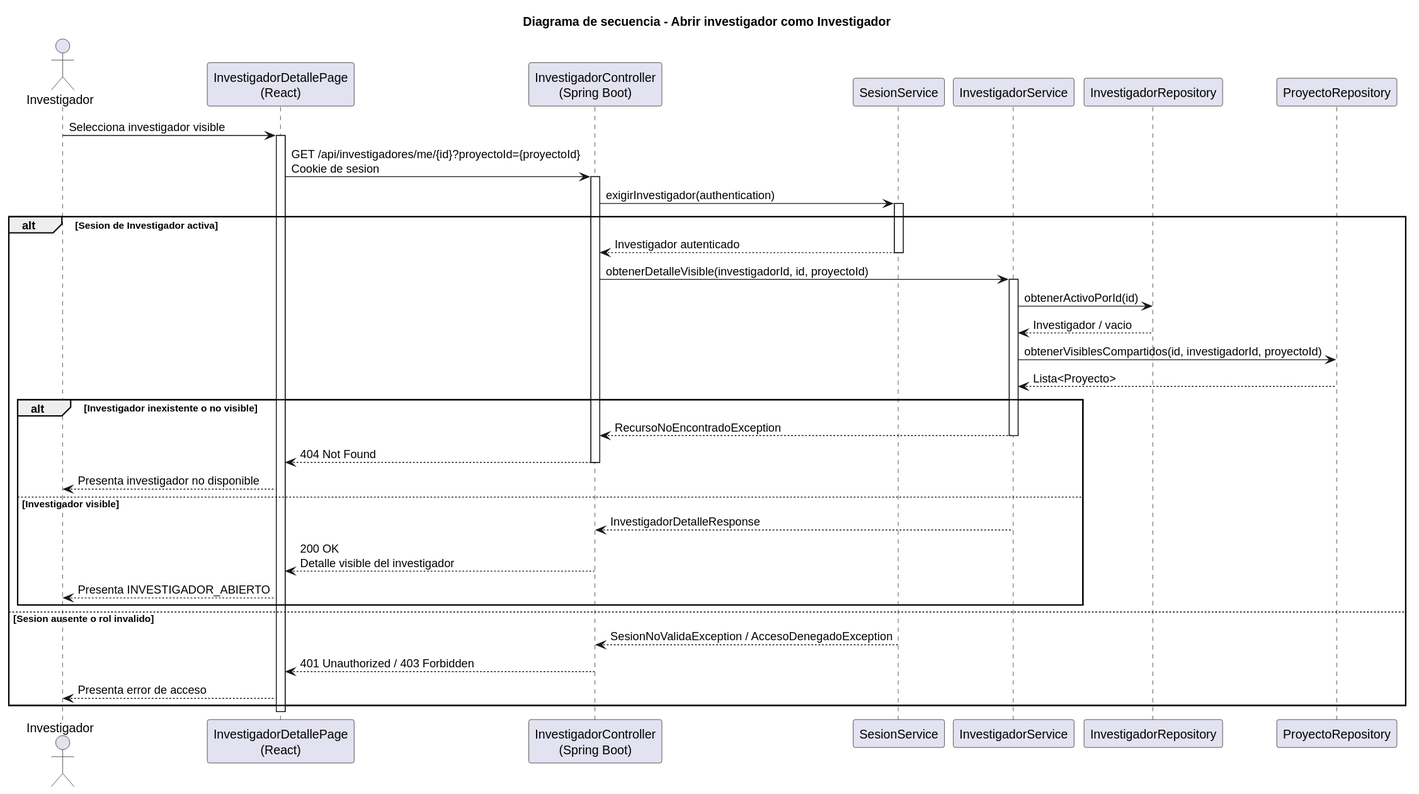
Before: images/RUP/02-diseño/casos-uso/investigador/abrirInvestigador/secuencia.svg, a diagram exported from PlantUML (beatriizorozco/25-26-idsw2-sdVC).
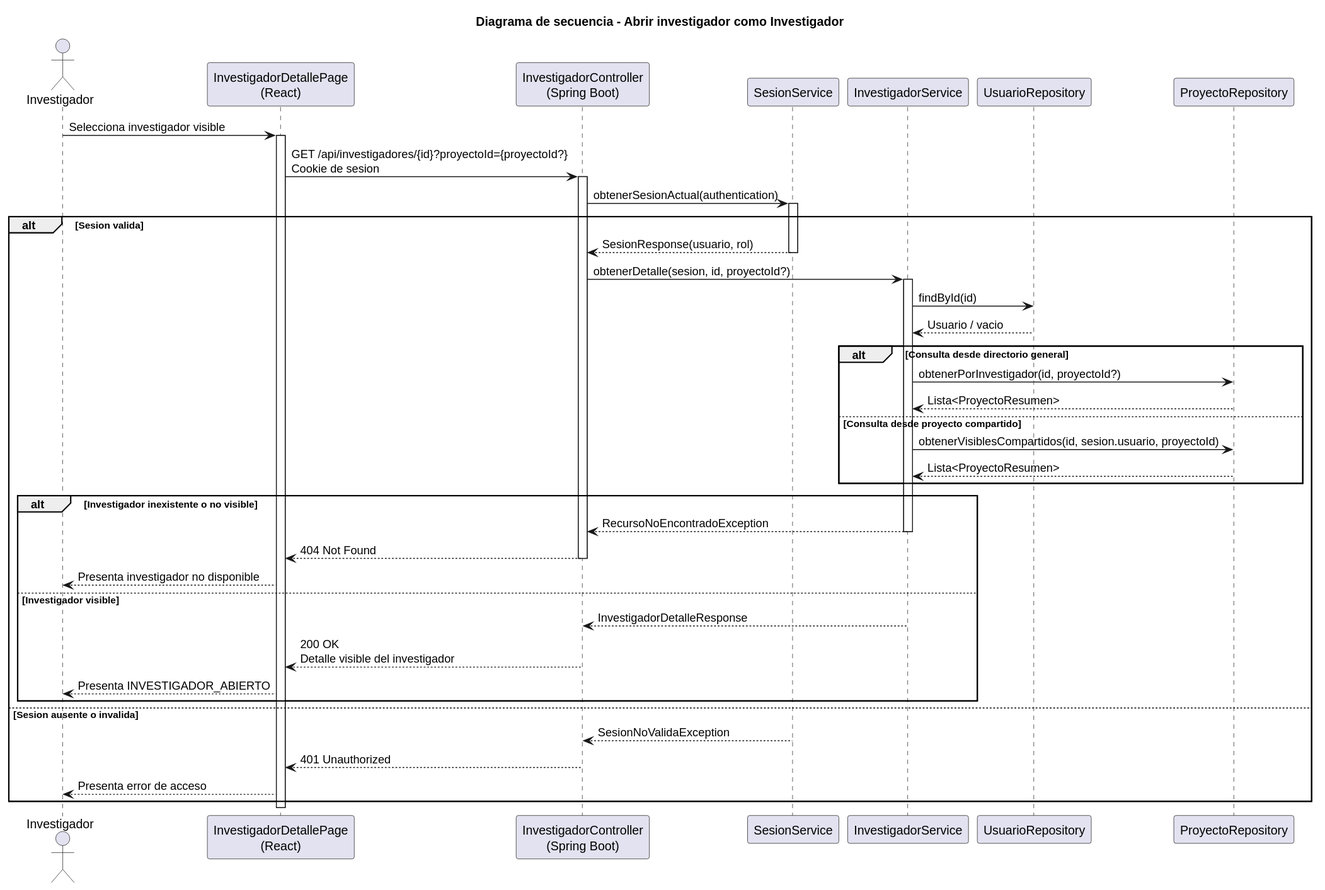
The same file after the commit.

The edit, as a diff of the source:
```diff
@@ -6,24 +6,29 @@
 participant "InvestigadorController\n(Spring Boot)" as Api
 participant "SesionService" as Sesion
 participant "InvestigadorService" as Service
-participant "InvestigadorRepository" as InvestigadorRepo
+participant "UsuarioRepository" as UsuarioRepo
 participant "ProyectoRepository" as ProyectoRepo
 
 Investigador -> Frontend: Selecciona investigador visible
 activate Frontend
-Frontend -> Api: GET /api/investigadores/me/{id}?proyectoId={proyectoId}\nCookie de sesion
+Frontend -> Api: GET /api/investigadores/{id}?proyectoId={proyectoId?}\nCookie de sesion
 activate Api
-Api -> Sesion: exigirInvestigador(authentication)
+Api -> Sesion: obtenerSesionActual(authentication)
 activate Sesion
-alt Sesion de Investigador activa
-    Sesion --> Api: Investigador autenticado
+alt Sesion valida
+    Sesion --> Api: SesionResponse(usuario, rol)
     deactivate Sesion
-    Api -> Service: obtenerDetalleVisible(investigadorId, id, proyectoId)
+    Api -> Service: obtenerDetalle(sesion, id, proyectoId?)
     activate Service
-    Service -> InvestigadorRepo: obtenerActivoPorId(id)
-    InvestigadorRepo --> Service: Investigador / vacio
-    Service -> ProyectoRepo: obtenerVisiblesCompartidos(id, investigadorId, proyectoId)
-    ProyectoRepo --> Service: Lista<Proyecto>
+    Service -> UsuarioRepo: findById(id)
+    UsuarioRepo --> Service: Usuario / vacio
+    alt Consulta desde directorio general
+        Service -> ProyectoRepo: obtenerPorInvestigador(id, proyectoId?)
+        ProyectoRepo --> Service: Lista<ProyectoResumen>
+    else Consulta desde proyecto compartido
+        Service -> ProyectoRepo: obtenerVisiblesCompartidos(id, sesion.usuario, proyectoId)
+        ProyectoRepo --> Service: Lista<ProyectoResumen>
+    end
     alt Investigador inexistente o no visible
         Service --> Api: RecursoNoEncontradoException
         deactivate Service
@@ -37,10 +42,10 @@
         deactivate Api
         Frontend --> Investigador: Presenta INVESTIGADOR_ABIERTO
     end
-else Sesion ausente o rol invalido
-    Sesion --> Api: SesionNoValidaException / AccesoDenegadoException
+else Sesion ausente o invalida
+    Sesion --> Api: SesionNoValidaException
     deactivate Sesion
-    Api --> Frontend: 401 Unauthorized / 403 Forbidden
+    Api --> Frontend: 401 Unauthorized
     deactivate Api
     Frontend --> Investigador: Presenta error de acceso
 end
```
